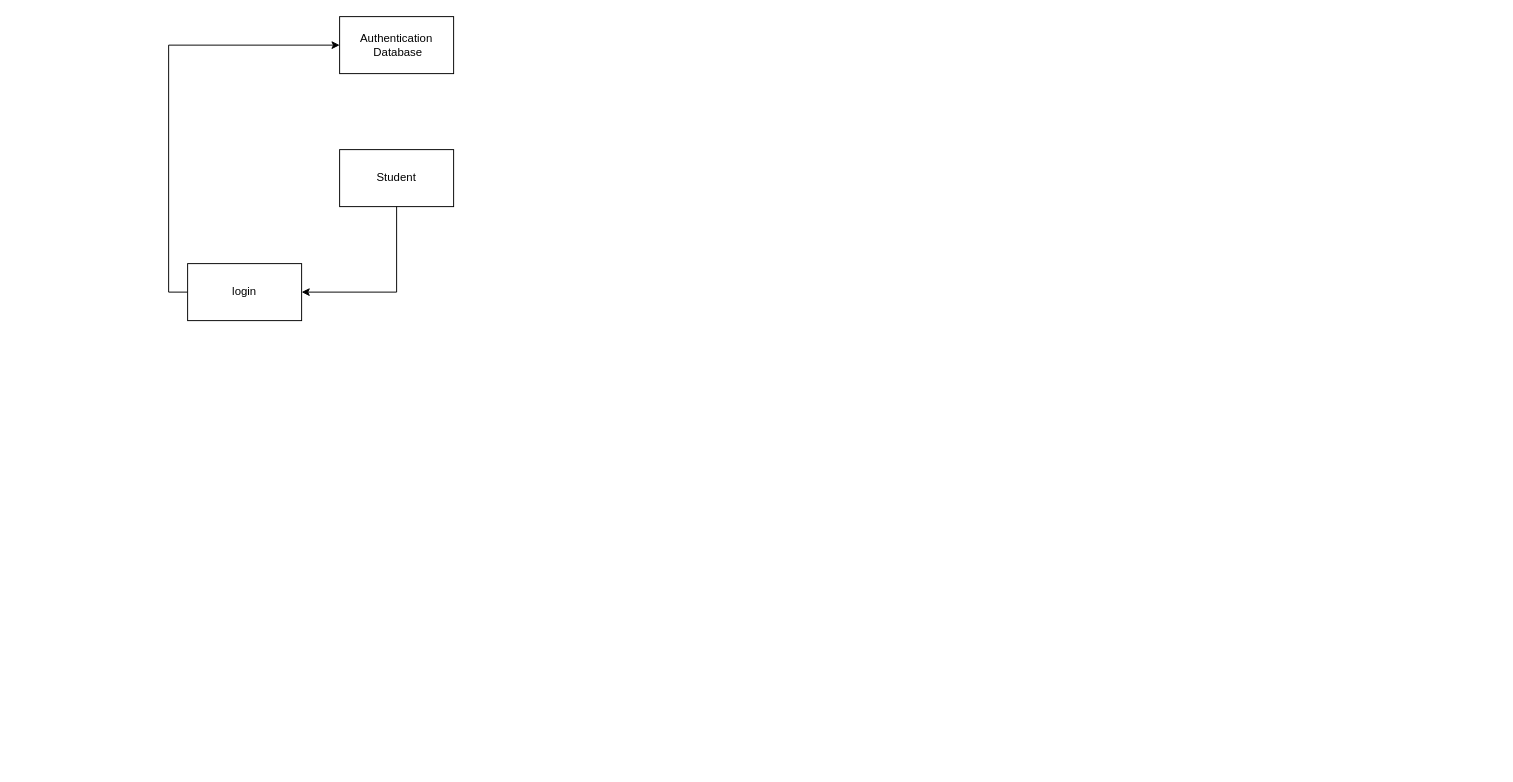
This is Projects/Untitled Diagram.drawio from DevaSunder/Projects-and-Case-Studies, a draw.io file, before an edit. Source tidied: cells renumbered, new cells numbered last; positions are measured from the earlier drawing's top-left corner, leaving out a move shared by most shapes. Both pictures are drawn from the tidied source at 95%, with x=0, y=0 at pixel (187, 16).
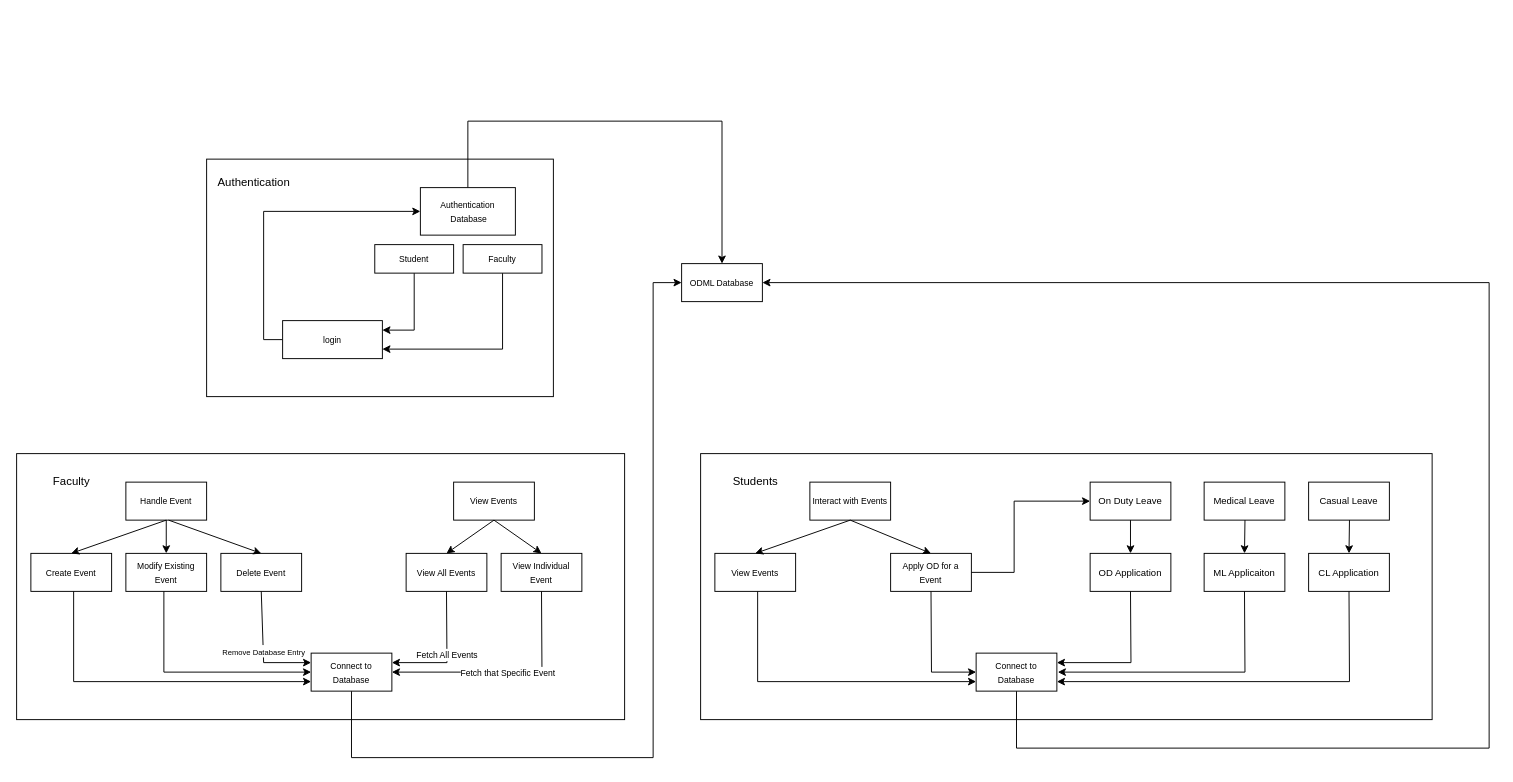
The same diagram, later.

Change to the diagram source:
```diff
@@
+    <mxCell id="7" style="rounded=0;whiteSpace=wrap;html=1;" parent="1" vertex="1">
+      <mxGeometry x="20" y="150" width="365" height="250" as="geometry" />
+    </mxCell>
+    <mxCell id="8" style="rounded=0;whiteSpace=wrap;html=1;" parent="1" vertex="1">
+      <mxGeometry x="-180" y="460" width="640" height="280" as="geometry" />
+    </mxCell>
+    <mxCell id="6" style="edgeStyle=orthogonalEdgeStyle;rounded=0;jettySize=auto;html=1;exitX=0.5;exitY=1;exitDx=0;exitDy=0;entryX=1;entryY=0.25;entryDx=0;entryDy=0;" parent="1" edge="1" source="2" target="5">
+      <mxGeometry relative="1" as="geometry" />
+    </mxCell>
-    <mxCell id="2" value="Student" style="rounded=0;whiteSpace=wrap;html=1;" parent="1" vertex="1">
-      <mxGeometry x="160" y="140" width="120" height="60" as="geometry" />
+    <mxCell id="2" value="&lt;font style=&quot;font-size: 9px;&quot;&gt;Student&lt;/font&gt;" style="rounded=0;whiteSpace=wrap;html=1;" parent="1" vertex="1">
+      <mxGeometry x="197" y="240" width="83" height="30" as="geometry" />
     </mxCell>
+    <mxCell id="9" style="edgeStyle=orthogonalEdgeStyle;rounded=0;jettySize=auto;html=1;exitX=0.5;exitY=0;exitDx=0;exitDy=0;entryX=0.5;entryY=0;entryDx=0;entryDy=0;" parent="1" edge="1" source="3" target="58">
+      <mxGeometry relative="1" as="geometry">
+        <Array as="points">
+          <mxPoint x="295" y="110" />
+          <mxPoint x="563" y="110" />
+        </Array>
+      </mxGeometry>
+    </mxCell>
-    <mxCell id="3" value="Authentication&lt;br&gt;&amp;nbsp;Database&lt;br&gt;" style="rounded=0;whiteSpace=wrap;html=1;" parent="1" vertex="1">
-      <mxGeometry x="160" width="120" height="60" as="geometry" />
+    <mxCell id="3" value="&lt;font style=&quot;font-size: 9px;&quot;&gt;Authentication&lt;br&gt;&amp;nbsp;Database&lt;/font&gt;" style="rounded=0;whiteSpace=wrap;html=1;" parent="1" vertex="1">
+      <mxGeometry x="245" y="180" width="100" height="50" as="geometry" />
     </mxCell>
@@
-    <mxCell id="5" value="login" style="rounded=0;whiteSpace=wrap;html=1;" parent="1" vertex="1">
-      <mxGeometry y="260" width="120" height="60" as="geometry" />
+    <mxCell id="5" value="&lt;font style=&quot;font-size: 9px;&quot;&gt;login&lt;/font&gt;" style="rounded=0;whiteSpace=wrap;html=1;" parent="1" vertex="1">
+      <mxGeometry x="100" y="320" width="105" height="40" as="geometry" />
     </mxCell>
-    <mxCell id="6" style="endArrow=classic;html=1;rounded=0;exitX=0.5;exitY=1;exitDx=0;exitDy=0;entryX=1;entryY=0.5;entryDx=0;entryDy=0;" parent="1" edge="1" source="2" target="5">
-      <mxGeometry relative="1" as="geometry">
-        <Array as="points">
-          <mxPoint x="220" y="290" />
-        </Array>
-      </mxGeometry>
-    </mxCell>
+    <mxCell id="10" value="Authentication" style="text;html=1;strokeColor=none;fillColor=none;align=center;verticalAlign=middle;whiteSpace=wrap;rounded=0;" parent="1" vertex="1">
+      <mxGeometry x="40" y="160" width="60" height="30" as="geometry" />
+    </mxCell>
+    <mxCell id="11" value="&lt;font style=&quot;font-size: 9px;&quot;&gt;View Events&lt;/font&gt;" style="rounded=0;whiteSpace=wrap;html=1;" parent="1" vertex="1">
+      <mxGeometry x="280" y="490" width="85" height="40" as="geometry" />
+    </mxCell>
+    <mxCell id="12" value="&lt;font style=&quot;font-size: 9px;&quot;&gt;View All Events&lt;/font&gt;" style="rounded=0;whiteSpace=wrap;html=1;" parent="1" vertex="1">
+      <mxGeometry x="230" y="565" width="85" height="40" as="geometry" />
+    </mxCell>
+    <mxCell id="13" value="&lt;font style=&quot;font-size: 9px;&quot;&gt;View Individual Event&lt;/font&gt;" style="rounded=0;whiteSpace=wrap;html=1;" parent="1" vertex="1">
+      <mxGeometry x="330" y="565" width="85" height="40" as="geometry" />
+    </mxCell>
+    <mxCell id="14" style="endArrow=classic;html=1;rounded=0;exitX=0.5;exitY=1;exitDx=0;exitDy=0;entryX=0.5;entryY=0;entryDx=0;entryDy=0;" parent="1" edge="1" source="11" target="12">
+      <mxGeometry relative="1" as="geometry" />
+    </mxCell>
+    <mxCell id="15" style="endArrow=classic;html=1;rounded=0;exitX=0.5;exitY=1;exitDx=0;exitDy=0;entryX=0.5;entryY=0;entryDx=0;entryDy=0;" parent="1" edge="1" source="11" target="13">
+      <mxGeometry relative="1" as="geometry" />
+    </mxCell>
+    <mxCell id="16" style="edgeStyle=orthogonalEdgeStyle;rounded=0;jettySize=auto;html=1;exitX=0.5;exitY=1;exitDx=0;exitDy=0;entryX=0;entryY=0.5;entryDx=0;entryDy=0;" parent="1" edge="1" source="17" target="58">
+      <mxGeometry relative="1" as="geometry">
+        <Array as="points">
+          <mxPoint x="173" y="780" />
+          <mxPoint x="490" y="780" />
+          <mxPoint x="490" y="280" />
+        </Array>
+      </mxGeometry>
+    </mxCell>
+    <mxCell id="17" value="&lt;font style=&quot;font-size: 9px;&quot;&gt;Connect to Database&lt;/font&gt;" style="rounded=0;whiteSpace=wrap;html=1;" parent="1" vertex="1">
+      <mxGeometry x="130" y="670" width="85" height="40" as="geometry" />
+    </mxCell>
+    <mxCell id="18" value="&lt;font style=&quot;font-size: 9px;&quot;&gt;Handle Event&lt;/font&gt;" style="rounded=0;whiteSpace=wrap;html=1;" parent="1" vertex="1">
+      <mxGeometry x="-65" y="490" width="85" height="40" as="geometry" />
+    </mxCell>
+    <mxCell id="19" value="&lt;font style=&quot;font-size: 9px;&quot;&gt;Create Event&lt;/font&gt;" style="rounded=0;whiteSpace=wrap;html=1;" parent="1" vertex="1">
+      <mxGeometry x="-165" y="565" width="85" height="40" as="geometry" />
+    </mxCell>
+    <mxCell id="20" value="&lt;font style=&quot;font-size: 9px;&quot;&gt;Modify Existing Event&lt;/font&gt;" style="rounded=0;whiteSpace=wrap;html=1;" parent="1" vertex="1">
+      <mxGeometry x="-65" y="565" width="85" height="40" as="geometry" />
+    </mxCell>
+    <mxCell id="21" style="endArrow=classic;html=1;rounded=0;exitX=0.5;exitY=1;exitDx=0;exitDy=0;entryX=0.5;entryY=0;entryDx=0;entryDy=0;" parent="1" edge="1" source="18" target="19">
+      <mxGeometry relative="1" as="geometry" />
+    </mxCell>
+    <mxCell id="22" style="endArrow=classic;html=1;rounded=0;exitX=0.5;exitY=1;exitDx=0;exitDy=0;entryX=0.5;entryY=0;entryDx=0;entryDy=0;" parent="1" edge="1" source="18" target="20">
+      <mxGeometry relative="1" as="geometry" />
+    </mxCell>
+    <mxCell id="23" value="&lt;font style=&quot;font-size: 9px;&quot;&gt;Delete Event&lt;/font&gt;" style="rounded=0;whiteSpace=wrap;html=1;" parent="1" vertex="1">
+      <mxGeometry x="35" y="565" width="85" height="40" as="geometry" />
+    </mxCell>
+    <mxCell id="24" style="endArrow=classic;html=1;rounded=0;entryX=0.5;entryY=0;entryDx=0;entryDy=0;" parent="1" edge="1" target="23">
+      <mxGeometry relative="1" as="geometry">
+        <mxPoint x="-20" y="530" as="sourcePoint" />
+      </mxGeometry>
+    </mxCell>
+    <mxCell id="25" style="endArrow=classic;html=1;rounded=0;exitX=0.5;exitY=1;exitDx=0;exitDy=0;entryX=0;entryY=0.5;entryDx=0;entryDy=0;" parent="1" edge="1" target="17">
+      <mxGeometry relative="1" as="geometry">
+        <mxPoint x="-25" y="605" as="sourcePoint" />
+        <Array as="points">
+          <mxPoint x="-25" y="690" />
+        </Array>
+      </mxGeometry>
+    </mxCell>
+    <mxCell id="26" style="endArrow=classic;html=1;rounded=0;exitX=0.5;exitY=1;exitDx=0;exitDy=0;entryX=0;entryY=0.75;entryDx=0;entryDy=0;" parent="1" edge="1" target="17">
+      <mxGeometry relative="1" as="geometry">
+        <mxPoint x="-120" y="605" as="sourcePoint" />
+        <Array as="points">
+          <mxPoint x="-120" y="700" />
+        </Array>
+      </mxGeometry>
+    </mxCell>
+    <mxCell id="27" style="endArrow=classic;html=1;rounded=0;entryX=1;entryY=0.25;entryDx=0;entryDy=0;exitX=0.5;exitY=1;exitDx=0;exitDy=0;" parent="1" edge="1" source="12" target="17">
+      <mxGeometry relative="1" as="geometry">
+        <Array as="points">
+          <mxPoint x="273" y="680" />
+        </Array>
+      </mxGeometry>
+    </mxCell>
+    <mxCell id="28" value="&lt;font style=&quot;font-size: 9px;&quot;&gt;Fetch All Events&lt;/font&gt;" style="edgeLabel;html=1;align=center;verticalAlign=middle;" parent="27" vertex="1">
+      <mxGeometry relative="1" as="geometry" />
+    </mxCell>
+    <mxCell id="29" style="endArrow=classic;html=1;rounded=0;entryX=1;entryY=0.5;entryDx=0;entryDy=0;exitX=0.5;exitY=1;exitDx=0;exitDy=0;" parent="1" edge="1" source="13" target="17">
+      <mxGeometry relative="1" as="geometry">
+        <Array as="points">
+          <mxPoint x="373" y="690" />
+        </Array>
+      </mxGeometry>
+    </mxCell>
+    <mxCell id="30" value="&lt;font style=&quot;font-size: 9px;&quot;&gt;Fetch that Specific Event&lt;/font&gt;" style="edgeLabel;html=1;align=center;verticalAlign=middle;" parent="29" vertex="1">
+      <mxGeometry relative="1" as="geometry" />
+    </mxCell>
+    <mxCell id="31" style="endArrow=classic;html=1;rounded=0;exitX=0.5;exitY=1;exitDx=0;exitDy=0;entryX=0;entryY=0.25;entryDx=0;entryDy=0;" parent="1" edge="1" source="23" target="17">
+      <mxGeometry relative="1" as="geometry">
+        <Array as="points">
+          <mxPoint x="80" y="680" />
+        </Array>
+      </mxGeometry>
+    </mxCell>
+    <mxCell id="32" value="&lt;font style=&quot;font-size: 8px;&quot;&gt;Remove Database Entry&lt;/font&gt;" style="edgeLabel;html=1;align=center;verticalAlign=middle;" parent="31" vertex="1">
+      <mxGeometry relative="1" as="geometry" />
+    </mxCell>
+    <mxCell id="33" value="Faculty" style="text;html=1;strokeColor=none;fillColor=none;align=center;verticalAlign=middle;whiteSpace=wrap;rounded=0;" parent="1" vertex="1">
+      <mxGeometry x="-152.5" y="475" width="60" height="30" as="geometry" />
+    </mxCell>
+    <mxCell id="34" style="rounded=0;whiteSpace=wrap;html=1;" parent="1" vertex="1">
+      <mxGeometry x="540" y="460" width="770" height="280" as="geometry" />
+    </mxCell>
+    <mxCell id="35" value="&lt;font size=&quot;1&quot;&gt;Medical Leave&lt;/font&gt;" style="rounded=0;whiteSpace=wrap;html=1;" parent="1" vertex="1">
+      <mxGeometry x="1070" y="490" width="85" height="40" as="geometry" />
+    </mxCell>
+    <mxCell id="36" style="edgeStyle=orthogonalEdgeStyle;rounded=0;jettySize=auto;html=1;exitX=0.5;exitY=1;exitDx=0;exitDy=0;entryX=1;entryY=0.5;entryDx=0;entryDy=0;" parent="1" edge="1" source="37" target="58">
+      <mxGeometry relative="1" as="geometry">
+        <Array as="points">
+          <mxPoint x="873" y="770" />
+          <mxPoint x="1370" y="770" />
+          <mxPoint x="1370" y="280" />
+        </Array>
+      </mxGeometry>
+    </mxCell>
+    <mxCell id="37" value="&lt;font style=&quot;font-size: 9px;&quot;&gt;Connect to Database&lt;/font&gt;" style="rounded=0;whiteSpace=wrap;html=1;" parent="1" vertex="1">
+      <mxGeometry x="830" y="670" width="85" height="40" as="geometry" />
+    </mxCell>
+    <mxCell id="38" value="&lt;font style=&quot;font-size: 9px;&quot;&gt;Interact with Events&lt;/font&gt;" style="rounded=0;whiteSpace=wrap;html=1;" parent="1" vertex="1">
+      <mxGeometry x="655" y="490" width="85" height="40" as="geometry" />
+    </mxCell>
+    <mxCell id="39" value="&lt;font style=&quot;font-size: 9px;&quot;&gt;View Events&lt;/font&gt;" style="rounded=0;whiteSpace=wrap;html=1;" parent="1" vertex="1">
+      <mxGeometry x="555" y="565" width="85" height="40" as="geometry" />
+    </mxCell>
+    <mxCell id="40" value="&lt;font style=&quot;font-size: 9px;&quot;&gt;Apply OD for a Event&lt;/font&gt;" style="rounded=0;whiteSpace=wrap;html=1;" parent="1" vertex="1">
+      <mxGeometry x="740" y="565" width="85" height="40" as="geometry" />
+    </mxCell>
+    <mxCell id="41" style="endArrow=classic;html=1;rounded=0;exitX=0.5;exitY=1;exitDx=0;exitDy=0;entryX=0.5;entryY=0;entryDx=0;entryDy=0;" parent="1" edge="1" source="38" target="39">
+      <mxGeometry relative="1" as="geometry" />
+    </mxCell>
+    <mxCell id="42" style="endArrow=classic;html=1;rounded=0;exitX=0.5;exitY=1;exitDx=0;exitDy=0;entryX=0.5;entryY=0;entryDx=0;entryDy=0;" parent="1" edge="1" source="38" target="40">
+      <mxGeometry relative="1" as="geometry" />
+    </mxCell>
+    <mxCell id="43" style="endArrow=classic;html=1;rounded=0;exitX=0.5;exitY=1;exitDx=0;exitDy=0;entryX=0;entryY=0.5;entryDx=0;entryDy=0;" parent="1" edge="1" source="40" target="37">
+      <mxGeometry relative="1" as="geometry">
+        <Array as="points">
+          <mxPoint x="783" y="690" />
+        </Array>
+      </mxGeometry>
+    </mxCell>
+    <mxCell id="44" style="endArrow=classic;html=1;rounded=0;exitX=0.5;exitY=1;exitDx=0;exitDy=0;entryX=0;entryY=0.75;entryDx=0;entryDy=0;" parent="1" edge="1" target="37">
+      <mxGeometry relative="1" as="geometry">
+        <mxPoint x="600" y="605" as="sourcePoint" />
+        <Array as="points">
+          <mxPoint x="600" y="700" />
+        </Array>
+      </mxGeometry>
+    </mxCell>
+    <mxCell id="45" value="Students" style="text;html=1;strokeColor=none;fillColor=none;align=center;verticalAlign=middle;whiteSpace=wrap;rounded=0;" parent="1" vertex="1">
+      <mxGeometry x="567.5" y="475" width="60" height="30" as="geometry" />
+    </mxCell>
+    <mxCell id="46" value="&lt;font size=&quot;1&quot;&gt;On Duty Leave&lt;/font&gt;" style="rounded=0;whiteSpace=wrap;html=1;" parent="1" vertex="1">
+      <mxGeometry x="950" y="490" width="85" height="40" as="geometry" />
+    </mxCell>
+    <mxCell id="47" value="&lt;font size=&quot;1&quot;&gt;Casual Leave&lt;/font&gt;" style="rounded=0;whiteSpace=wrap;html=1;" parent="1" vertex="1">
+      <mxGeometry x="1180" y="490" width="85" height="40" as="geometry" />
+    </mxCell>
+    <mxCell id="48" style="endArrow=classic;html=1;rounded=0;exitX=1;exitY=0.5;exitDx=0;exitDy=0;entryX=0;entryY=0.5;entryDx=0;entryDy=0;" parent="1" edge="1" source="40" target="46">
+      <mxGeometry relative="1" as="geometry">
+        <Array as="points">
+          <mxPoint x="870" y="585" />
+          <mxPoint x="870" y="510" />
+        </Array>
+      </mxGeometry>
+    </mxCell>
+    <mxCell id="49" value="&lt;font size=&quot;1&quot;&gt;OD Application&lt;/font&gt;" style="rounded=0;whiteSpace=wrap;html=1;" parent="1" vertex="1">
+      <mxGeometry x="950" y="565" width="85" height="40" as="geometry" />
+    </mxCell>
+    <mxCell id="50" style="endArrow=classic;html=1;rounded=0;exitX=0.5;exitY=1;exitDx=0;exitDy=0;entryX=0.5;entryY=0;entryDx=0;entryDy=0;" parent="1" edge="1" source="46" target="49">
+      <mxGeometry relative="1" as="geometry" />
+    </mxCell>
+    <mxCell id="51" value="&lt;font size=&quot;1&quot;&gt;ML Applicaiton&lt;/font&gt;" style="rounded=0;whiteSpace=wrap;html=1;" parent="1" vertex="1">
+      <mxGeometry x="1070" y="565" width="85" height="40" as="geometry" />
+    </mxCell>
+    <mxCell id="52" style="endArrow=classic;html=1;rounded=0;exitX=0.5;exitY=1;exitDx=0;exitDy=0;entryX=0.5;entryY=0;entryDx=0;entryDy=0;" parent="1" edge="1" target="51">
+      <mxGeometry relative="1" as="geometry">
+        <mxPoint x="1113" y="530" as="sourcePoint" />
+      </mxGeometry>
+    </mxCell>
+    <mxCell id="53" value="&lt;font size=&quot;1&quot;&gt;CL Application&lt;/font&gt;" style="rounded=0;whiteSpace=wrap;html=1;" parent="1" vertex="1">
+      <mxGeometry x="1180" y="565" width="85" height="40" as="geometry" />
+    </mxCell>
+    <mxCell id="54" style="endArrow=classic;html=1;rounded=0;exitX=0.5;exitY=1;exitDx=0;exitDy=0;entryX=0.5;entryY=0;entryDx=0;entryDy=0;" parent="1" edge="1" target="53">
+      <mxGeometry relative="1" as="geometry">
+        <mxPoint x="1223" y="530" as="sourcePoint" />
+      </mxGeometry>
+    </mxCell>
+    <mxCell id="55" style="endArrow=classic;html=1;rounded=0;exitX=0.5;exitY=1;exitDx=0;exitDy=0;entryX=1;entryY=0.25;entryDx=0;entryDy=0;" parent="1" edge="1" source="49" target="37">
+      <mxGeometry relative="1" as="geometry">
+        <Array as="points">
+          <mxPoint x="993" y="680" />
+        </Array>
+      </mxGeometry>
+    </mxCell>
+    <mxCell id="56" style="endArrow=classic;html=1;rounded=0;exitX=0.5;exitY=1;exitDx=0;exitDy=0;entryX=1;entryY=0.5;entryDx=0;entryDy=0;" parent="1" edge="1" source="51">
+      <mxGeometry relative="1" as="geometry">
+        <mxPoint x="916" y="690" as="targetPoint" />
+        <Array as="points">
+          <mxPoint x="1113" y="690" />
+        </Array>
+      </mxGeometry>
+    </mxCell>
+    <mxCell id="57" style="endArrow=classic;html=1;rounded=0;exitX=0.5;exitY=1;exitDx=0;exitDy=0;entryX=1;entryY=0.75;entryDx=0;entryDy=0;" parent="1" edge="1" source="53" target="37">
+      <mxGeometry relative="1" as="geometry">
+        <Array as="points">
+          <mxPoint x="1223" y="700" />
+        </Array>
+      </mxGeometry>
+    </mxCell>
+    <mxCell id="58" value="&lt;font style=&quot;font-size: 9px;&quot;&gt;ODML Database&lt;/font&gt;" style="rounded=0;whiteSpace=wrap;html=1;" parent="1" vertex="1">
+      <mxGeometry x="520" y="260" width="85" height="40" as="geometry" />
+    </mxCell>
+    <mxCell id="59" style="edgeStyle=orthogonalEdgeStyle;rounded=0;jettySize=auto;html=1;exitX=0.5;exitY=1;exitDx=0;exitDy=0;entryX=1;entryY=0.75;entryDx=0;entryDy=0;" parent="1" edge="1" source="60" target="5">
+      <mxGeometry relative="1" as="geometry" />
+    </mxCell>
+    <mxCell id="60" value="&lt;font style=&quot;font-size: 9px;&quot;&gt;Faculty&lt;/font&gt;" style="rounded=0;whiteSpace=wrap;html=1;" parent="1" vertex="1">
+      <mxGeometry x="290" y="240" width="83" height="30" as="geometry" />
+    </mxCell>
```
